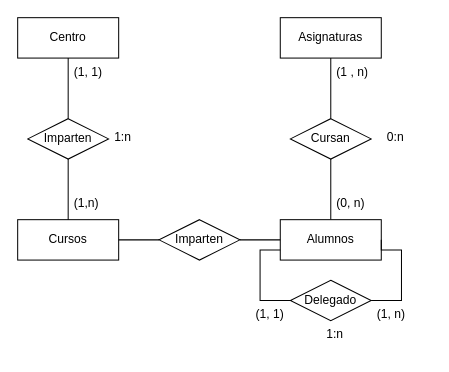
Before: Ejercicio_Uno.drawio in Lioteronn/erp-diagrams, a draw.io diagram. Source tidied: cells renumbered, new cells numbered last; positions are measured from the earlier drawing's top-left corner, leaving out a move shared by most shapes. Both pictures are drawn from the tidied source at 101%, with x=0, y=0 at pixel (17, 17).
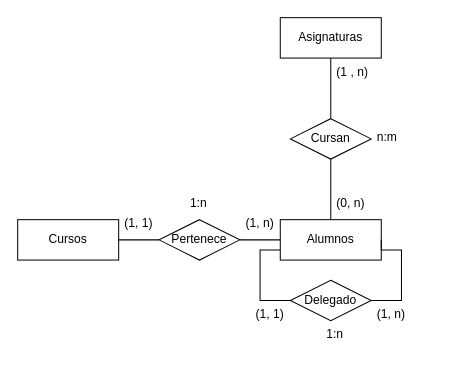
Above is the later version.

Unchanged cells that the change refers to:
```xml
<mxCell id="3" value="Cursos" style="whiteSpace=wrap;html=1;align=center;" parent="1" vertex="1">
  <mxGeometry y="200" width="100" height="40" as="geometry" />
</mxCell>
<mxCell id="5" value="Alumnos" style="whiteSpace=wrap;html=1;align=center;" parent="1" vertex="1">
  <mxGeometry x="260" y="200" width="100" height="40" as="geometry" />
</mxCell>
```

What changed in the source:
```diff
@@
-    <mxCell id="2" value="Centro" style="whiteSpace=wrap;html=1;align=center;" parent="1" vertex="1">
-      <mxGeometry width="100" height="40" as="geometry" />
-    </mxCell>
@@
-    <mxCell id="6" value="Imparten" style="shape=rhombus;perimeter=rhombusPerimeter;whiteSpace=wrap;html=1;align=center;" parent="1" vertex="1">
-      <mxGeometry x="10" y="100" width="80" height="40" as="geometry" />
-    </mxCell>
-    <mxCell id="7" style="endArrow=none;html=1;rounded=0;exitX=0.5;exitY=0;exitDx=0;exitDy=0;entryX=0.5;entryY=1;entryDx=0;entryDy=0;" parent="1" edge="1" source="6" target="2">
-      <mxGeometry relative="1" as="geometry" />
-    </mxCell>
-    <mxCell id="8" style="endArrow=none;html=1;rounded=0;exitX=0.5;exitY=0;exitDx=0;exitDy=0;" parent="1" edge="1" source="3">
-      <mxGeometry relative="1" as="geometry">
-        <mxPoint x="50" y="140" as="targetPoint" />
-      </mxGeometry>
-    </mxCell>
-    <mxCell id="9" value="(1,n)" style="text;strokeColor=none;fillColor=none;spacingLeft=4;spacingRight=4;overflow=hidden;fontSize=12;whiteSpace=wrap;html=1;" parent="1" vertex="1">
-      <mxGeometry x="50" y="170" width="40" height="30" as="geometry" />
-    </mxCell>
-    <mxCell id="10" value="(1, 1)" style="text;strokeColor=none;fillColor=none;spacingLeft=4;spacingRight=4;overflow=hidden;fontSize=12;whiteSpace=wrap;html=1;" parent="1" vertex="1">
-      <mxGeometry x="50" y="40" width="40" height="30" as="geometry" />
-    </mxCell>
-    <mxCell id="11" value="1:n" style="text;strokeColor=none;fillColor=none;spacingLeft=4;spacingRight=4;overflow=hidden;fontSize=12;whiteSpace=wrap;html=1;" parent="1" vertex="1">
-      <mxGeometry x="90" y="105" width="40" height="30" as="geometry" />
-    </mxCell>
@@
-    <mxCell id="13" value="Imparten" style="shape=rhombus;perimeter=rhombusPerimeter;whiteSpace=wrap;html=1;align=center;" parent="1" vertex="1">
+    <mxCell id="13" value="Pertenece" style="shape=rhombus;perimeter=rhombusPerimeter;whiteSpace=wrap;html=1;align=center;" parent="1" vertex="1">
       <mxGeometry x="140" y="200" width="80" height="40" as="geometry" />
     </mxCell>
@@
-    <mxCell id="15" style="edgeStyle=orthogonalEdgeStyle;rounded=0;jettySize=auto;html=1;entryX=1;entryY=0.5;entryDx=0;entryDy=0;endArrow=none;endFill=0;" parent="1" edge="1" source="16" target="5">
+    <mxCell id="15" style="edgeStyle=orthogonalEdgeStyle;rounded=0;jettySize=auto;html=1;entryX=1;entryY=0.5;entryDx=0;entryDy=0;endArrow=none;endFill=0;" parent="1" edge="1" target="5">
       <mxGeometry relative="1" as="geometry">
+        <mxPoint x="349.9" y="280" as="sourcePoint" />
         <Array as="points">
           <mxPoint x="380" y="280" />
           <mxPoint x="380" y="230" />
           <mxPoint x="360" y="230" />
         </Array>
       </mxGeometry>
     </mxCell>
-    <mxCell id="16" value="Delegado" style="shape=rhombus;perimeter=rhombusPerimeter;whiteSpace=wrap;html=1;align=center;" parent="1" vertex="1">
-      <mxGeometry x="270" y="260" width="80" height="40" as="geometry" />
-    </mxCell>
-    <mxCell id="17" style="edgeStyle=orthogonalEdgeStyle;rounded=0;jettySize=auto;html=1;endArrow=none;endFill=0;entryX=0;entryY=0.75;entryDx=0;entryDy=0;exitX=0;exitY=0.5;exitDx=0;exitDy=0;" parent="1" edge="1" source="16" target="5">
+    <mxCell id="17" style="edgeStyle=orthogonalEdgeStyle;rounded=0;jettySize=auto;html=1;endArrow=none;endFill=0;entryX=0;entryY=0.75;entryDx=0;entryDy=0;exitX=0;exitY=0.5;exitDx=0;exitDy=0;" parent="1" edge="1" target="5">
       <mxGeometry relative="1" as="geometry">
+        <mxPoint x="270" y="280" as="sourcePoint" />
         <Array as="points">
           <mxPoint x="240" y="280" />
           <mxPoint x="240" y="230" />
         </Array>
       </mxGeometry>
     </mxCell>
@@
-    <mxCell id="26" value="0:n" style="text;strokeColor=none;fillColor=none;spacingLeft=4;spacingRight=4;overflow=hidden;fontSize=12;whiteSpace=wrap;html=1;" parent="1" vertex="1">
-      <mxGeometry x="360" y="105" width="50" height="30" as="geometry" />
+    <mxCell id="26" value="n:m" style="text;strokeColor=none;fillColor=none;spacingLeft=4;spacingRight=4;overflow=hidden;fontSize=12;whiteSpace=wrap;html=1;" parent="1" vertex="1">
+      <mxGeometry x="350" y="105" width="50" height="30" as="geometry" />
     </mxCell>
+    <mxCell id="27" value="(1, n)" style="text;strokeColor=none;fillColor=none;spacingLeft=4;spacingRight=4;overflow=hidden;fontSize=12;whiteSpace=wrap;html=1;" parent="1" vertex="1">
+      <mxGeometry x="220" y="190" width="50" height="30" as="geometry" />
+    </mxCell>
+    <mxCell id="10" value="(1, 1)" style="text;strokeColor=none;fillColor=none;spacingLeft=4;spacingRight=4;overflow=hidden;fontSize=12;whiteSpace=wrap;html=1;" parent="1" vertex="1">
+      <mxGeometry x="100" y="190" width="50" height="30" as="geometry" />
+    </mxCell>
+    <mxCell id="11" value="1:n" style="text;strokeColor=none;fillColor=none;spacingLeft=4;spacingRight=4;overflow=hidden;fontSize=12;whiteSpace=wrap;html=1;" parent="1" vertex="1">
+      <mxGeometry x="165" y="170" width="50" height="30" as="geometry" />
+    </mxCell>
+    <mxCell id="16" value="Delegado" style="shape=rhombus;perimeter=rhombusPerimeter;whiteSpace=wrap;html=1;align=center;" parent="1" vertex="1">
+      <mxGeometry x="270" y="260" width="80" height="40" as="geometry" />
+    </mxCell>
```
